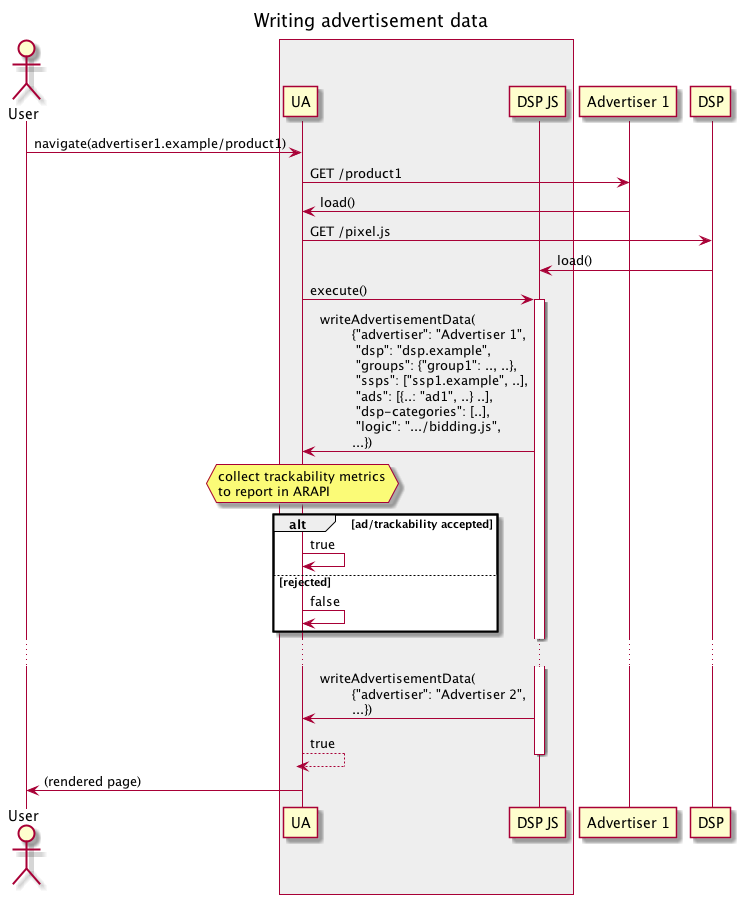
Earlier version of the PlantUML export assets/TERN/img/1_write_adv_data.png (WICG/turtledove). Its source is kept beside it as assets/TERN/1_write_adv_data.plantuml.
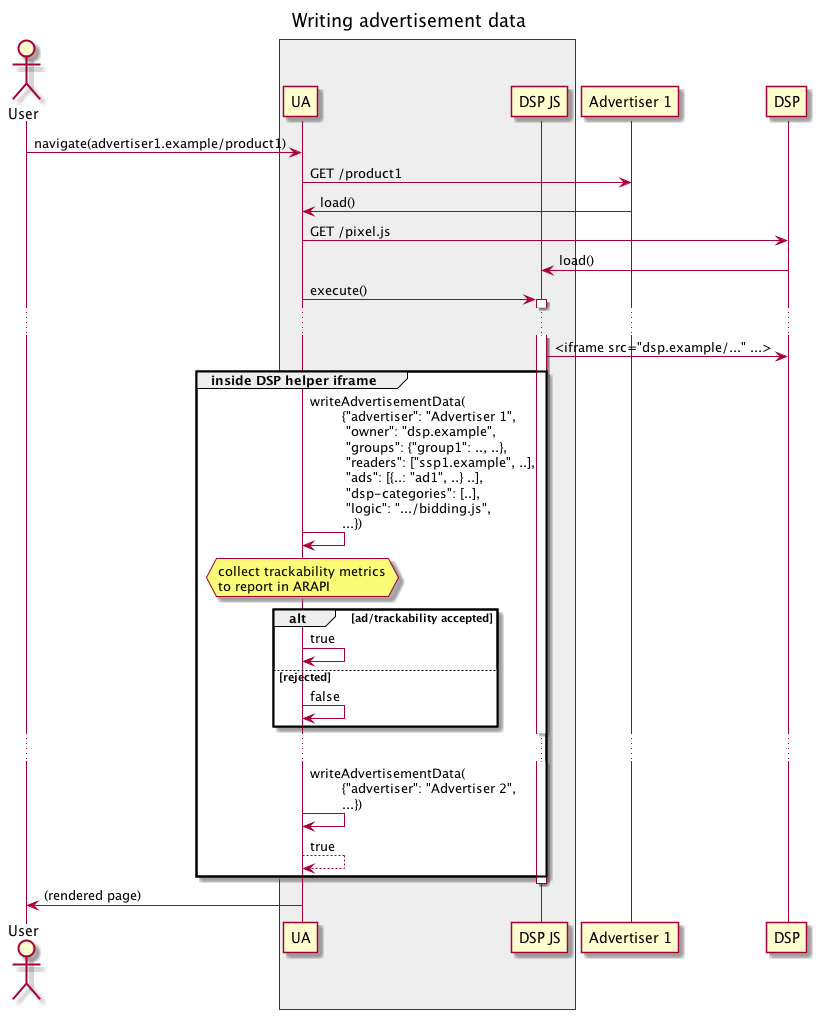
After the commit.

Diff of the diagram source:
```diff
@@ -18,20 +18,28 @@
 
 ua -> pixel : execute()
 activate pixel
-pixel -> ua : writeAdvertisementData(\n        {"advertiser": "Advertiser 1",\n         "dsp": "dsp.example",\n         "groups": {"group1": .., ..},\n         "ssps": ["ssp1.example", ..],\n         "ads": [{..: "ad1", ..} ..],\n         "dsp-categories": [..],\n         "logic": ".../bidding.js",\n        ...})
+
+...
+
+pixel -> dsp : <iframe src="dsp.example/..." ...>
+
+group inside DSP helper iframe
+ua -> ua : writeAdvertisementData(\n        {"advertiser": "Advertiser 1",\n         "owner": "dsp.example",\n         "groups": {"group1": .., ..},\n         "readers": ["ssp1.example", ..],\n         "ads": [{..: "ad1", ..} ..],\n         "dsp-categories": [..],\n         "logic": ".../bidding.js",\n        ...})
 
 hnote over ua
 collect trackability metrics
 to report in ARAPI
 end note
+
 alt ad/trackability accepted
  ua -> ua : true
 else rejected
  ua -> ua : false
 end
 ...
-pixel -> ua : writeAdvertisementData(\n        {"advertiser": "Advertiser 2",\n        ...})
+ua -> ua : writeAdvertisementData(\n        {"advertiser": "Advertiser 2",\n        ...})
 ua --> ua : true
+end
 
 deactivate pixel
 
```
